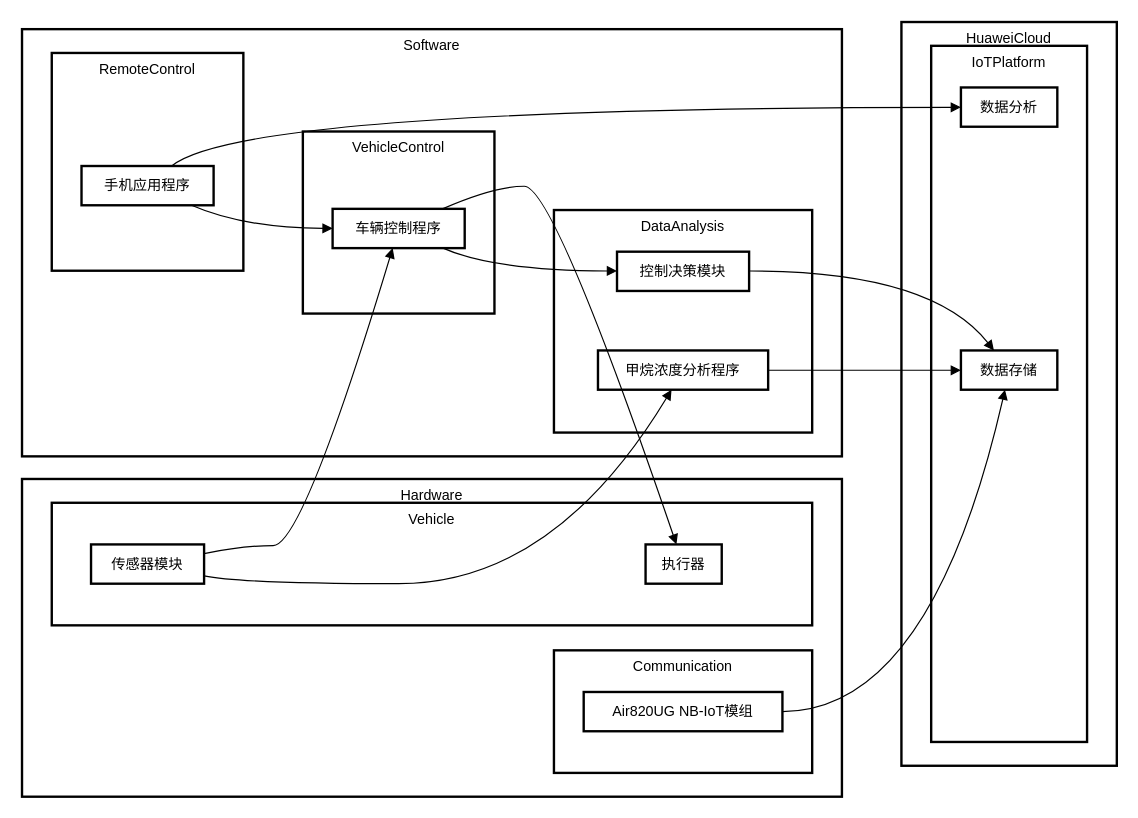
Before: 系统设计.drawio in chengqian-yang/DrawWeb, a draw.io diagram. Source tidied: cells renumbered, new cells numbered last; positions are measured from the earlier drawing's top-left corner, leaving out a move shared by most shapes. Both pictures are drawn from the tidied source at 119%, with x=0, y=0 at pixel (21, 21).
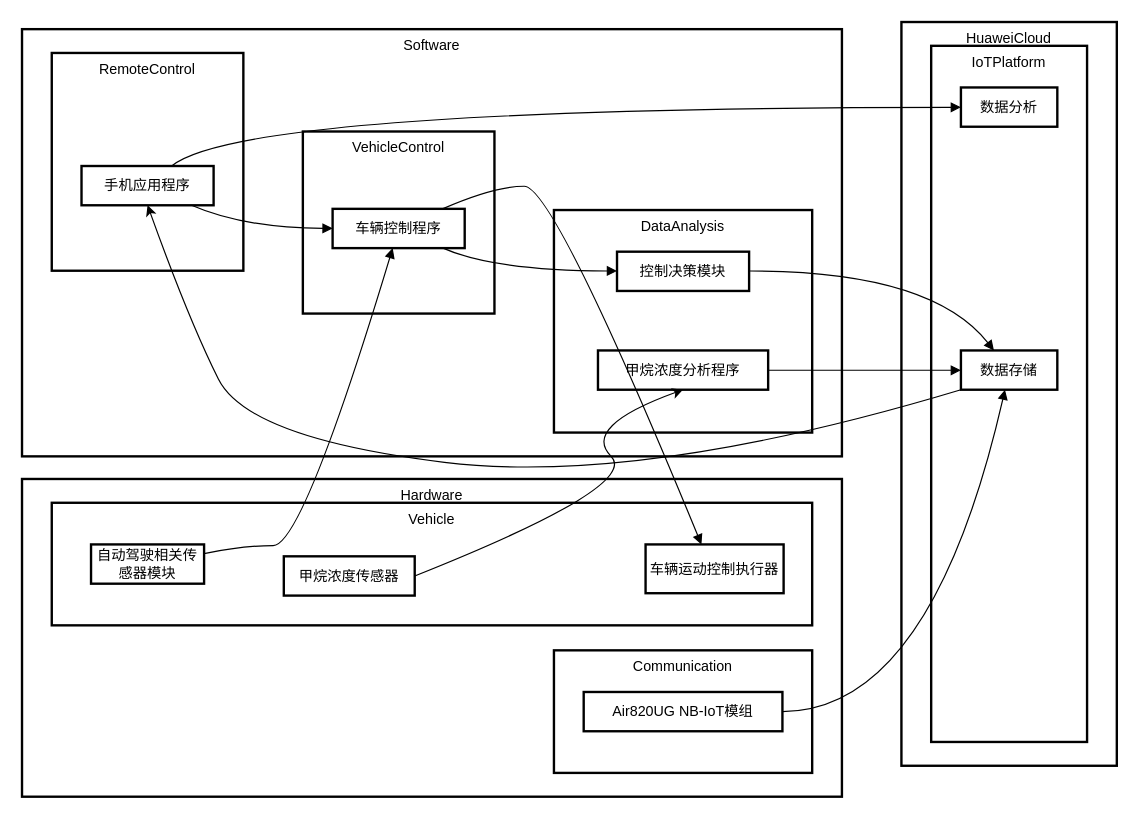
Above is the later version.

Commit message (it also covers changes not shown here):
更新系统设计.drawio

Unchanged cells that the change refers to:
```xml
<mxCell id="4" value="数据存储" style="whiteSpace=wrap;strokeWidth=2;" parent="1" vertex="1">
  <mxGeometry x="789" y="276" width="81" height="33" as="geometry" />
</mxCell>
<mxCell id="10" value="手机应用程序" style="whiteSpace=wrap;strokeWidth=2;" parent="1" vertex="1">
  <mxGeometry x="50" y="121" width="111" height="33" as="geometry" />
</mxCell>
<mxCell id="11" value="甲烷浓度分析程序" style="whiteSpace=wrap;strokeWidth=2;" parent="1" vertex="1">
  <mxGeometry x="484" y="276" width="143" height="33" as="geometry" />
</mxCell>
```

Change to the diagram source:
```diff
@@
-    <mxCell id="18" value="传感器模块" style="whiteSpace=wrap;strokeWidth=2;" parent="1" vertex="1">
+    <mxCell id="18" value="自动驾驶相关传感器模块" style="whiteSpace=wrap;strokeWidth=2;" parent="1" vertex="1">
       <mxGeometry x="58" y="439" width="95" height="33" as="geometry" />
     </mxCell>
-    <mxCell id="19" value="执行器" style="whiteSpace=wrap;strokeWidth=2;" parent="1" vertex="1">
-      <mxGeometry x="524" y="439" width="64" height="33" as="geometry" />
+    <mxCell id="19" value="车辆运动控制执行器" style="whiteSpace=wrap;strokeWidth=2;" parent="1" vertex="1">
+      <mxGeometry x="524" y="439" width="116" height="41" as="geometry" />
     </mxCell>
@@
-    <mxCell id="22" style="curved=1;startArrow=none;endArrow=block;exitX=1;exitY=0.8000754441286965;entryX=0.4308172575094656;entryY=1.0106061877626362;rounded=0;" parent="1" edge="1" source="18" target="11">
-      <mxGeometry relative="1" as="geometry">
-        <Array as="points">
-          <mxPoint x="186" y="472" />
-          <mxPoint x="447" y="472" />
-        </Array>
-      </mxGeometry>
-    </mxCell>
@@
+    <mxCell id="29" value="甲烷浓度传感器" style="whiteSpace=wrap;strokeWidth=2;" parent="1" vertex="1">
+      <mxGeometry x="220" y="449" width="110" height="33" as="geometry" />
+    </mxCell>
+    <mxCell id="30" style="curved=1;endArrow=classic;html=1;rounded=0;exitX=1;exitY=0.5;exitDx=0;exitDy=0;entryX=0.5;entryY=1;entryDx=0;entryDy=0;" parent="1" edge="1" source="29" target="11">
+      <mxGeometry relative="1" as="geometry">
+        <Array as="points">
+          <mxPoint x="520" y="390" />
+          <mxPoint x="470" y="340" />
+        </Array>
+      </mxGeometry>
+    </mxCell>
+    <mxCell id="31" style="curved=1;endArrow=classic;html=1;rounded=0;exitX=0;exitY=1;exitDx=0;exitDy=0;entryX=0.5;entryY=1;entryDx=0;entryDy=0;" parent="1" edge="1" source="4" target="10">
+      <mxGeometry relative="1" as="geometry">
+        <Array as="points">
+          <mxPoint x="520" y="390" />
+          <mxPoint x="190" y="350" />
+          <mxPoint x="140" y="250" />
+        </Array>
+      </mxGeometry>
+    </mxCell>
```
